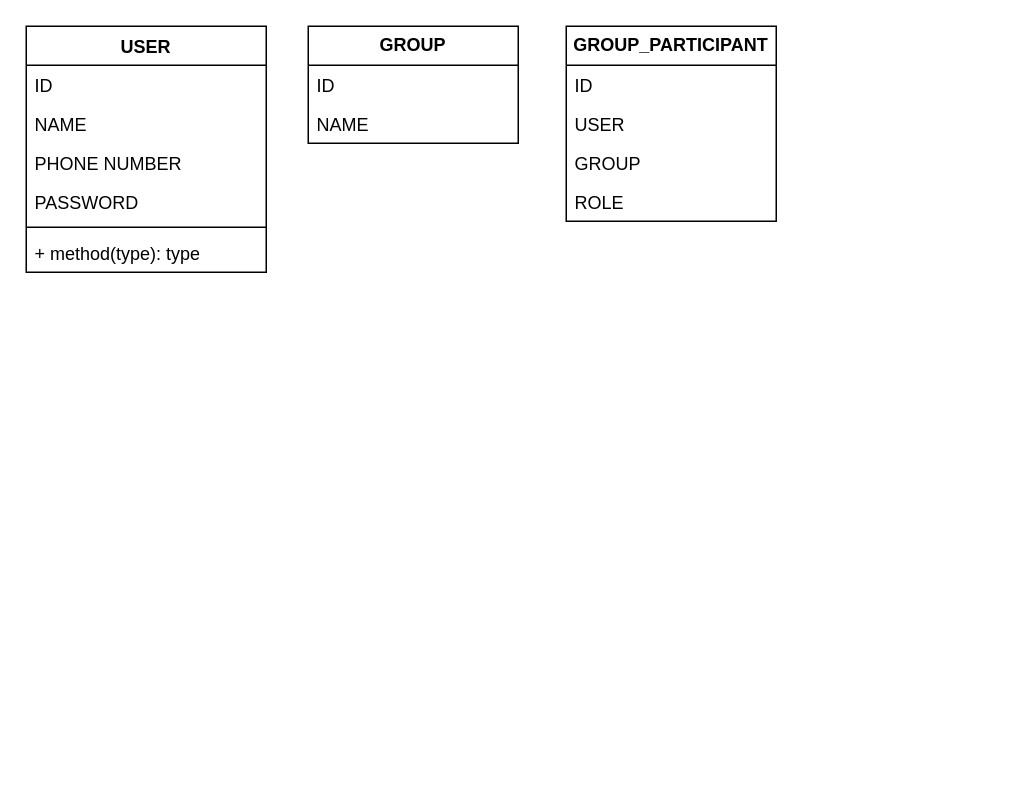
Before: Splitwise.drawio in surajnaik90/Architectures-Designs, a draw.io diagram. Source tidied: cells renumbered, new cells numbered last; positions are measured from the earlier drawing's top-left corner, leaving out a move shared by most shapes. Both pictures are drawn from the tidied source at 150%, with x=0, y=0 at pixel (26, 26).
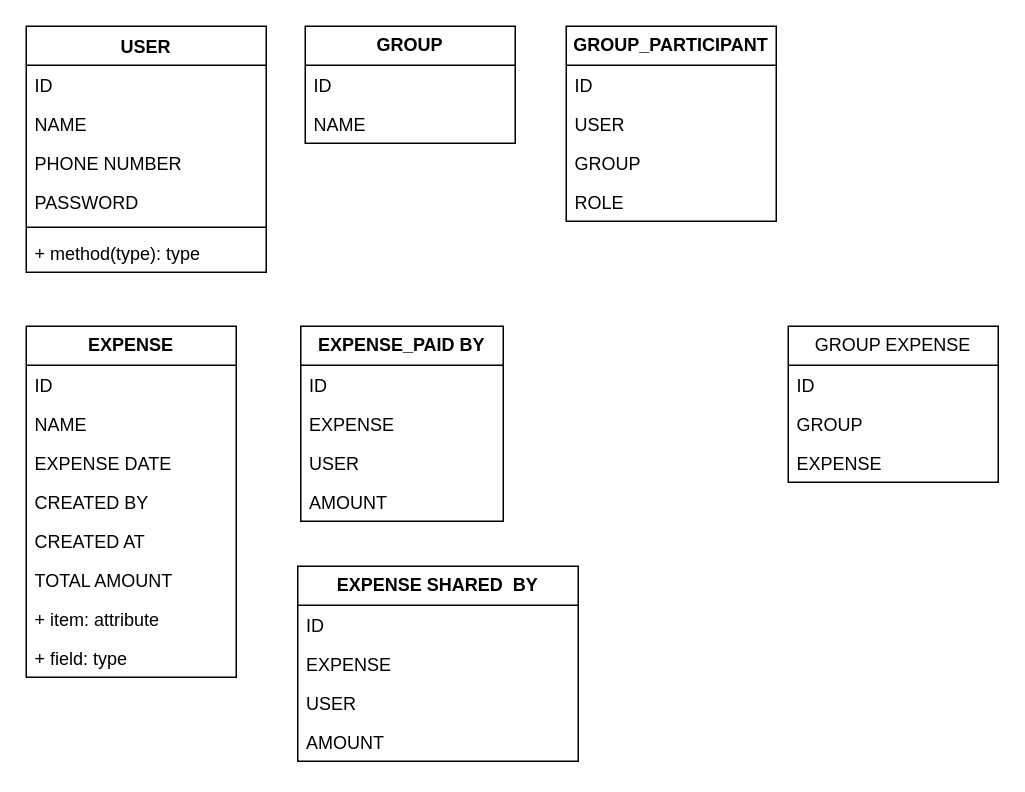
The same diagram, later.

The edit, as a diff of the source:
```diff
@@
     <mxCell id="14" value="&lt;b&gt;GROUP&lt;/b&gt;" style="swimlane;fontStyle=0;horizontal=1;startSize=26;fillColor=none;whiteSpace=wrap;html=1;" parent="1" vertex="1">
-      <mxGeometry x="188" width="140" height="78" as="geometry" />
+      <mxGeometry x="186" width="140" height="78" as="geometry" />
     </mxCell>
@@
+    <mxCell id="17" value="&lt;b&gt;EXPENSE&lt;/b&gt;" style="swimlane;fontStyle=0;horizontal=1;startSize=26;fillColor=none;whiteSpace=wrap;html=1;" parent="1" vertex="1">
+      <mxGeometry y="200" width="140" height="234" as="geometry" />
+    </mxCell>
+    <mxCell id="18" value="ID" style="text;strokeColor=none;fillColor=none;align=left;verticalAlign=top;spacingLeft=4;spacingRight=4;overflow=hidden;whiteSpace=wrap;html=1;" parent="17" vertex="1">
+      <mxGeometry y="26" width="140" height="26" as="geometry" />
+    </mxCell>
+    <mxCell id="19" value="NAME" style="text;strokeColor=none;fillColor=none;align=left;verticalAlign=top;spacingLeft=4;spacingRight=4;overflow=hidden;whiteSpace=wrap;html=1;" parent="17" vertex="1">
+      <mxGeometry y="52" width="140" height="26" as="geometry" />
+    </mxCell>
+    <mxCell id="20" value="EXPENSE DATE" style="text;strokeColor=none;fillColor=none;align=left;verticalAlign=top;spacingLeft=4;spacingRight=4;overflow=hidden;whiteSpace=wrap;html=1;" parent="17" vertex="1">
+      <mxGeometry y="78" width="140" height="26" as="geometry" />
+    </mxCell>
+    <mxCell id="21" value="CREATED BY" style="text;strokeColor=none;fillColor=none;align=left;verticalAlign=top;spacingLeft=4;spacingRight=4;overflow=hidden;whiteSpace=wrap;html=1;" parent="17" vertex="1">
+      <mxGeometry y="104" width="140" height="26" as="geometry" />
+    </mxCell>
+    <mxCell id="22" value="CREATED AT" style="text;strokeColor=none;fillColor=none;align=left;verticalAlign=top;spacingLeft=4;spacingRight=4;overflow=hidden;whiteSpace=wrap;html=1;" parent="17" vertex="1">
+      <mxGeometry y="130" width="140" height="26" as="geometry" />
+    </mxCell>
+    <mxCell id="23" value="TOTAL AMOUNT" style="text;strokeColor=none;fillColor=none;align=left;verticalAlign=top;spacingLeft=4;spacingRight=4;overflow=hidden;whiteSpace=wrap;html=1;" parent="17" vertex="1">
+      <mxGeometry y="156" width="140" height="26" as="geometry" />
+    </mxCell>
+    <mxCell id="24" value="+ item: attribute" style="text;strokeColor=none;fillColor=none;align=left;verticalAlign=top;spacingLeft=4;spacingRight=4;overflow=hidden;whiteSpace=wrap;html=1;" parent="17" vertex="1">
+      <mxGeometry y="182" width="140" height="26" as="geometry" />
+    </mxCell>
+    <mxCell id="25" value="+ field: type" style="text;strokeColor=none;fillColor=none;align=left;verticalAlign=top;spacingLeft=4;spacingRight=4;overflow=hidden;whiteSpace=wrap;html=1;" parent="17" vertex="1">
+      <mxGeometry y="208" width="140" height="26" as="geometry" />
+    </mxCell>
+    <mxCell id="26" value="&lt;b&gt;EXPENSE_PAID BY&lt;/b&gt;" style="swimlane;fontStyle=0;horizontal=1;startSize=26;fillColor=none;whiteSpace=wrap;html=1;" parent="1" vertex="1">
+      <mxGeometry x="183" y="200" width="135" height="130" as="geometry" />
+    </mxCell>
+    <mxCell id="27" value="ID" style="text;strokeColor=none;fillColor=none;align=left;verticalAlign=top;spacingLeft=4;spacingRight=4;overflow=hidden;whiteSpace=wrap;html=1;" parent="26" vertex="1">
+      <mxGeometry y="26" width="135" height="26" as="geometry" />
+    </mxCell>
+    <mxCell id="28" value="EXPENSE" style="text;strokeColor=none;fillColor=none;align=left;verticalAlign=top;spacingLeft=4;spacingRight=4;overflow=hidden;whiteSpace=wrap;html=1;" parent="26" vertex="1">
+      <mxGeometry y="52" width="135" height="26" as="geometry" />
+    </mxCell>
+    <mxCell id="29" value="USER" style="text;strokeColor=none;fillColor=none;align=left;verticalAlign=top;spacingLeft=4;spacingRight=4;overflow=hidden;whiteSpace=wrap;html=1;" parent="26" vertex="1">
+      <mxGeometry y="78" width="135" height="26" as="geometry" />
+    </mxCell>
+    <mxCell id="30" value="AMOUNT" style="text;strokeColor=none;fillColor=none;align=left;verticalAlign=top;spacingLeft=4;spacingRight=4;overflow=hidden;whiteSpace=wrap;html=1;" parent="26" vertex="1">
+      <mxGeometry y="104" width="135" height="26" as="geometry" />
+    </mxCell>
+    <mxCell id="31" value="GROUP EXPENSE" style="swimlane;fontStyle=0;horizontal=1;startSize=26;fillColor=none;whiteSpace=wrap;html=1;" parent="1" vertex="1">
+      <mxGeometry x="508" y="200" width="140" height="104" as="geometry" />
+    </mxCell>
+    <mxCell id="32" value="ID" style="text;strokeColor=none;fillColor=none;align=left;verticalAlign=top;spacingLeft=4;spacingRight=4;overflow=hidden;whiteSpace=wrap;html=1;" parent="31" vertex="1">
+      <mxGeometry y="26" width="140" height="26" as="geometry" />
+    </mxCell>
+    <mxCell id="33" value="GROUP" style="text;strokeColor=none;fillColor=none;align=left;verticalAlign=top;spacingLeft=4;spacingRight=4;overflow=hidden;whiteSpace=wrap;html=1;" parent="31" vertex="1">
+      <mxGeometry y="52" width="140" height="26" as="geometry" />
+    </mxCell>
+    <mxCell id="34" value="EXPENSE" style="text;strokeColor=none;fillColor=none;align=left;verticalAlign=top;spacingLeft=4;spacingRight=4;overflow=hidden;whiteSpace=wrap;html=1;" parent="31" vertex="1">
+      <mxGeometry y="78" width="140" height="26" as="geometry" />
+    </mxCell>
+    <mxCell id="35" value="&lt;b&gt;EXPENSE SHARED&amp;nbsp; BY&lt;/b&gt;" style="swimlane;fontStyle=0;horizontal=1;startSize=26;fillColor=none;whiteSpace=wrap;html=1;" parent="1" vertex="1">
+      <mxGeometry x="181" y="360" width="187" height="130" as="geometry" />
+    </mxCell>
+    <mxCell id="36" value="ID" style="text;strokeColor=none;fillColor=none;align=left;verticalAlign=top;spacingLeft=4;spacingRight=4;overflow=hidden;whiteSpace=wrap;html=1;" parent="35" vertex="1">
+      <mxGeometry y="26" width="187" height="26" as="geometry" />
+    </mxCell>
+    <mxCell id="37" value="EXPENSE" style="text;strokeColor=none;fillColor=none;align=left;verticalAlign=top;spacingLeft=4;spacingRight=4;overflow=hidden;whiteSpace=wrap;html=1;" parent="35" vertex="1">
+      <mxGeometry y="52" width="187" height="26" as="geometry" />
+    </mxCell>
+    <mxCell id="38" value="USER" style="text;strokeColor=none;fillColor=none;align=left;verticalAlign=top;spacingLeft=4;spacingRight=4;overflow=hidden;whiteSpace=wrap;html=1;" parent="35" vertex="1">
+      <mxGeometry y="78" width="187" height="26" as="geometry" />
+    </mxCell>
+    <mxCell id="39" value="AMOUNT" style="text;strokeColor=none;fillColor=none;align=left;verticalAlign=top;spacingLeft=4;spacingRight=4;overflow=hidden;whiteSpace=wrap;html=1;" parent="35" vertex="1">
+      <mxGeometry y="104" width="187" height="26" as="geometry" />
+    </mxCell>
```
